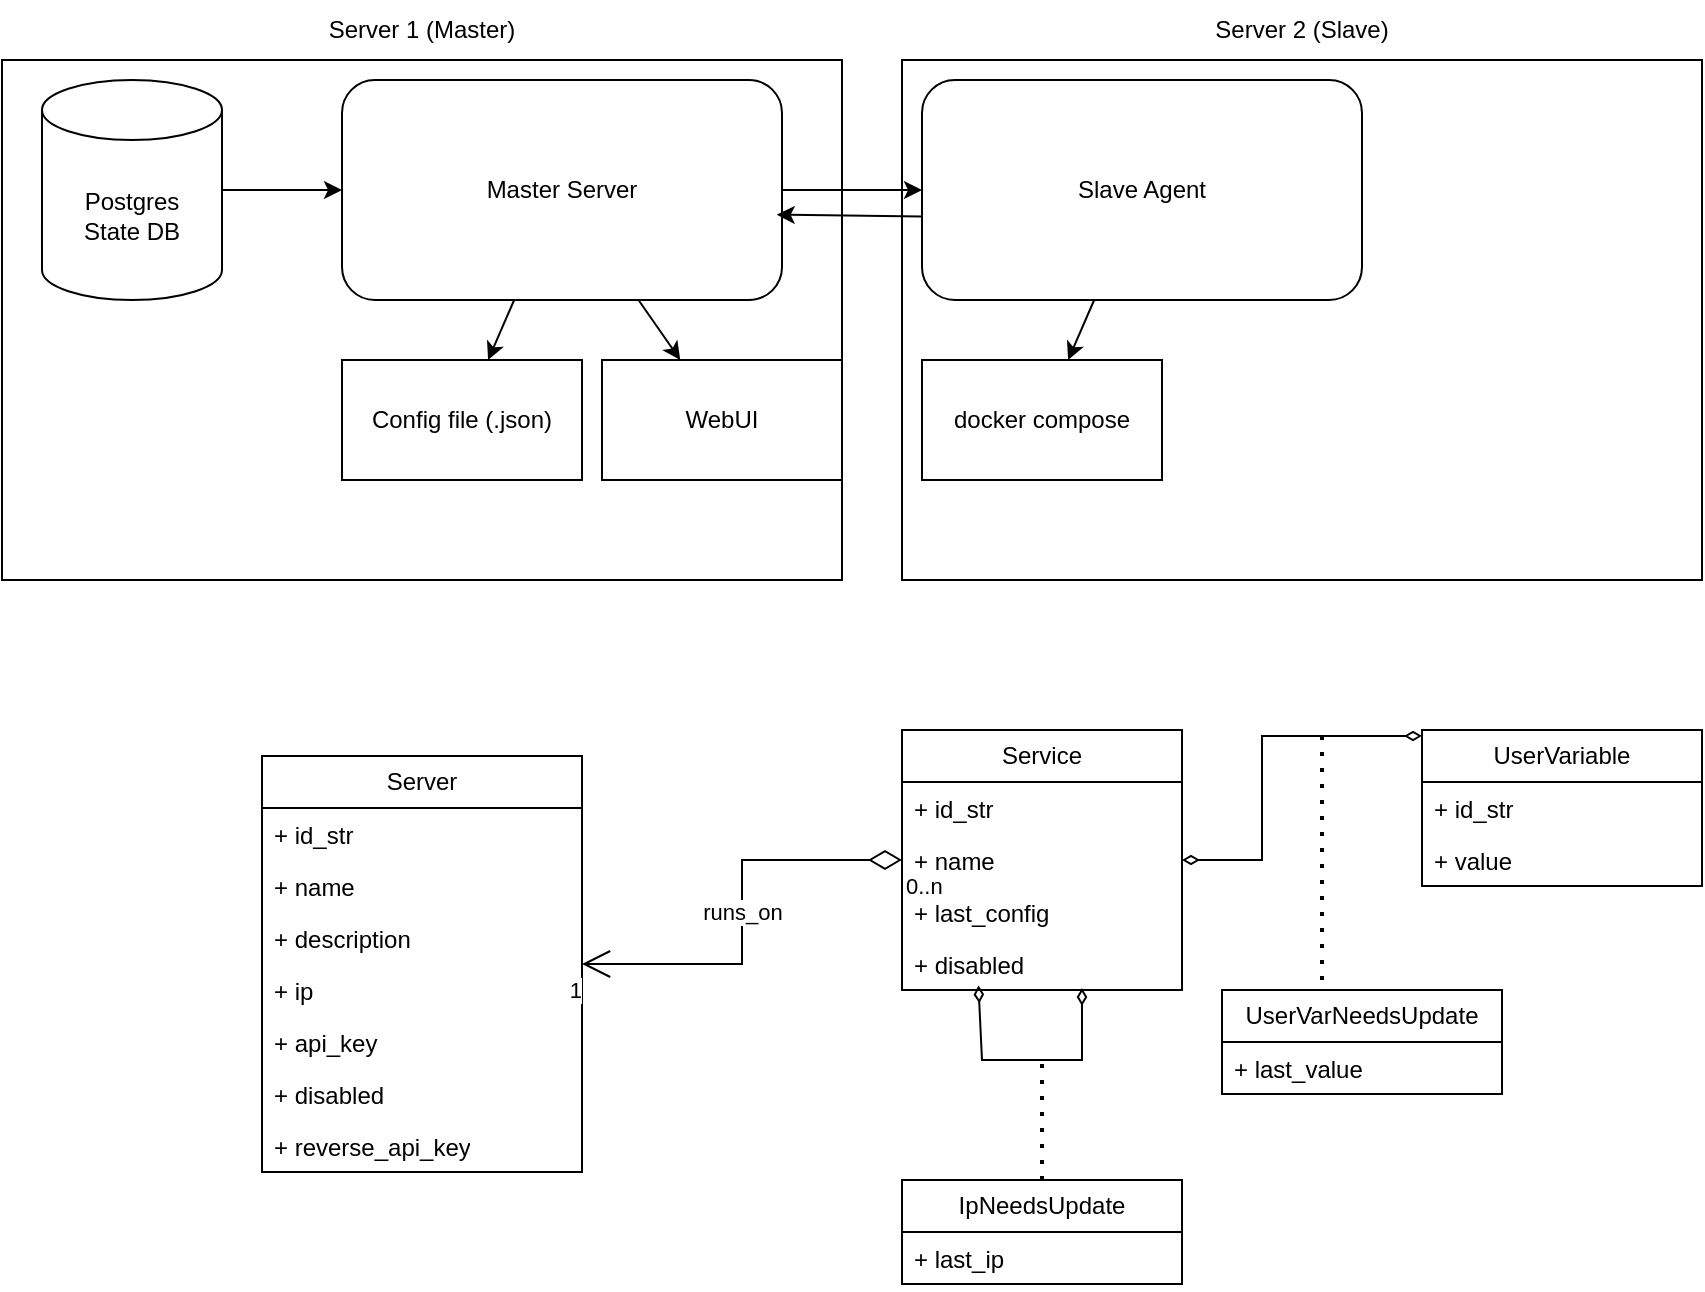
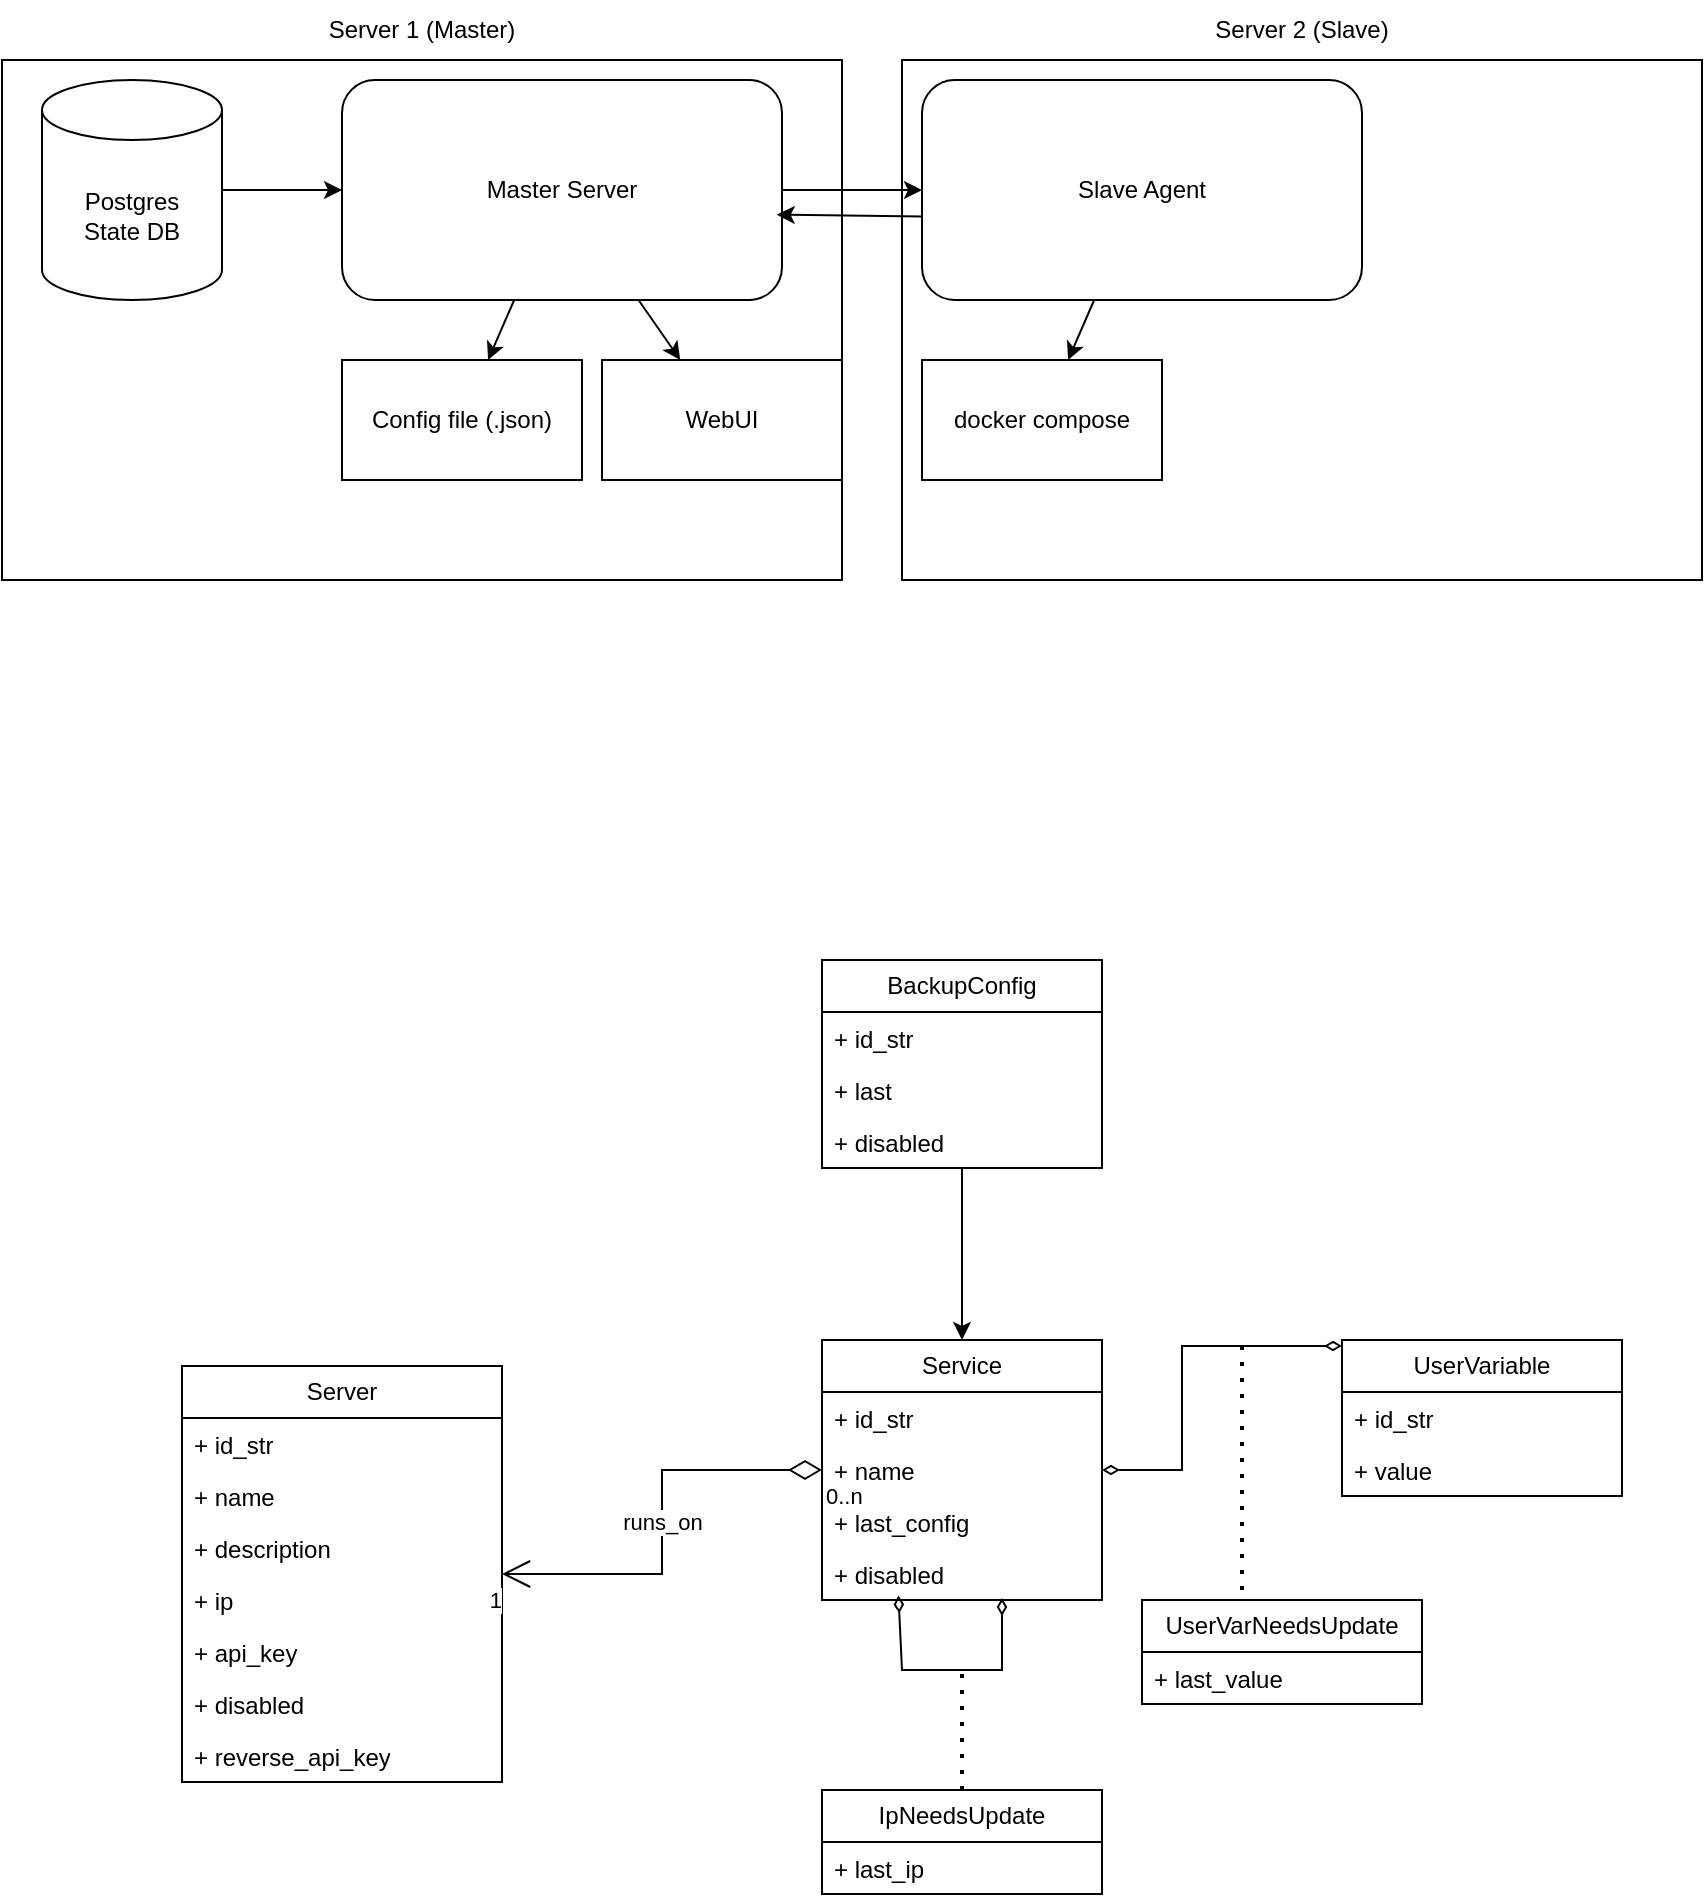
<mxfile host="Electron">
  <diagram name="Page-1" id="u04dbDLROSChQwQIIN78">
-     <mxGraphModel dx="1107" dy="662" grid="1" gridSize="10" guides="1" tooltips="1" connect="1" arrows="1" fold="1" page="1" pageScale="1" pageWidth="850" pageHeight="1100" math="0" shadow="0">
+     <mxGraphModel dx="1384" dy="828" grid="1" gridSize="10" guides="1" tooltips="1" connect="1" arrows="1" fold="1" page="1" pageScale="1" pageWidth="850" pageHeight="1100" math="0" shadow="0">
      <root>
        <mxCell id="0" />
        <mxCell id="1" parent="0" />
        <mxCell id="9iV64V9ao0oustIcTG5U-1" parent="1" style="rounded=0;whiteSpace=wrap;html=1;" value="" vertex="1">
          <mxGeometry height="260" width="420" y="160" as="geometry" />
        </mxCell>
        <mxCell id="7rpz_S_4JCBHVgRM38Kg-1" parent="1" style="shape=cylinder3;whiteSpace=wrap;html=1;boundedLbl=1;backgroundOutline=1;size=15;" value="Postgres&lt;div&gt;State DB&lt;/div&gt;" vertex="1">
          <mxGeometry height="110" width="90" x="20" y="170" as="geometry" />
        </mxCell>
        <mxCell id="9iV64V9ao0oustIcTG5U-2" parent="1" style="text;html=1;whiteSpace=wrap;strokeColor=none;fillColor=none;align=center;verticalAlign=middle;rounded=0;" value="Server 1 (Master)" vertex="1">
          <mxGeometry height="30" width="420" y="130" as="geometry" />
        </mxCell>
        <mxCell id="9iV64V9ao0oustIcTG5U-3" edge="1" parent="1" source="9iV64V9ao0oustIcTG5U-4" style="endArrow=classic;html=1;rounded=0;" value="">
          <mxGeometry height="50" relative="1" width="50" as="geometry">
            <mxPoint x="140" y="240" as="sourcePoint" />
            <mxPoint x="219" y="226" as="targetPoint" />
          </mxGeometry>
        </mxCell>
        <mxCell id="9iV64V9ao0oustIcTG5U-5" edge="1" parent="1" source="7rpz_S_4JCBHVgRM38Kg-1" style="endArrow=classic;html=1;rounded=0;" target="9iV64V9ao0oustIcTG5U-4" value="">
          <mxGeometry height="50" relative="1" width="50" as="geometry">
            <mxPoint x="110" y="225" as="sourcePoint" />
            <mxPoint x="219" y="226" as="targetPoint" />
          </mxGeometry>
        </mxCell>
        <mxCell id="9iV64V9ao0oustIcTG5U-4" parent="1" style="rounded=1;whiteSpace=wrap;html=1;" value="Master Server" vertex="1">
          <mxGeometry height="110" width="220" x="170" y="170" as="geometry" />
        </mxCell>
        <mxCell id="9iV64V9ao0oustIcTG5U-8" parent="1" style="rounded=0;whiteSpace=wrap;html=1;" value="Config file (.json)" vertex="1">
          <mxGeometry height="60" width="120" x="170" y="310" as="geometry" />
        </mxCell>
        <mxCell id="9iV64V9ao0oustIcTG5U-9" edge="1" parent="1" source="9iV64V9ao0oustIcTG5U-4" style="endArrow=classic;html=1;rounded=0;" target="9iV64V9ao0oustIcTG5U-8" value="">
          <mxGeometry height="50" relative="1" width="50" as="geometry">
            <mxPoint x="230" y="240" as="sourcePoint" />
            <mxPoint x="280" y="190" as="targetPoint" />
          </mxGeometry>
        </mxCell>
        <mxCell id="9iV64V9ao0oustIcTG5U-10" parent="1" style="rounded=0;whiteSpace=wrap;html=1;" value="WebUI" vertex="1">
          <mxGeometry height="60" width="120" x="300" y="310" as="geometry" />
        </mxCell>
        <mxCell id="9iV64V9ao0oustIcTG5U-11" edge="1" parent="1" source="9iV64V9ao0oustIcTG5U-4" style="endArrow=classic;html=1;rounded=0;" target="9iV64V9ao0oustIcTG5U-10" value="">
          <mxGeometry height="50" relative="1" width="50" as="geometry">
            <mxPoint x="253" y="290" as="sourcePoint" />
            <mxPoint x="240" y="320" as="targetPoint" />
          </mxGeometry>
        </mxCell>
        <mxCell id="9iV64V9ao0oustIcTG5U-15" parent="1" style="swimlane;fontStyle=0;childLayout=stackLayout;horizontal=1;startSize=26;fillColor=none;horizontalStack=0;resizeParent=1;resizeParentMax=0;resizeLast=0;collapsible=1;marginBottom=0;whiteSpace=wrap;html=1;" value="Server" vertex="1">
-           <mxGeometry height="208" width="160" x="130" y="508" as="geometry" />
+           <mxGeometry height="208" width="160" x="90" y="813" as="geometry" />
        </mxCell>
        <mxCell id="9iV64V9ao0oustIcTG5U-16" parent="9iV64V9ao0oustIcTG5U-15" style="text;strokeColor=none;fillColor=none;align=left;verticalAlign=top;spacingLeft=4;spacingRight=4;overflow=hidden;rotatable=0;points=[[0,0.5],[1,0.5]];portConstraint=eastwest;whiteSpace=wrap;html=1;" value="+ id_str" vertex="1">
          <mxGeometry height="26" width="160" y="26" as="geometry" />
        </mxCell>
        <mxCell id="QAZGeB9ZXG2ebW3zgeek-1" parent="9iV64V9ao0oustIcTG5U-15" style="text;strokeColor=none;fillColor=none;align=left;verticalAlign=top;spacingLeft=4;spacingRight=4;overflow=hidden;rotatable=0;points=[[0,0.5],[1,0.5]];portConstraint=eastwest;whiteSpace=wrap;html=1;" value="+ name" vertex="1">
          <mxGeometry height="26" width="160" y="52" as="geometry" />
        </mxCell>
        <mxCell id="9iV64V9ao0oustIcTG5U-17" parent="9iV64V9ao0oustIcTG5U-15" style="text;strokeColor=none;fillColor=none;align=left;verticalAlign=top;spacingLeft=4;spacingRight=4;overflow=hidden;rotatable=0;points=[[0,0.5],[1,0.5]];portConstraint=eastwest;whiteSpace=wrap;html=1;" value="+ description" vertex="1">
          <mxGeometry height="26" width="160" y="78" as="geometry" />
        </mxCell>
        <mxCell id="9iV64V9ao0oustIcTG5U-48" parent="9iV64V9ao0oustIcTG5U-15" style="text;strokeColor=none;fillColor=none;align=left;verticalAlign=top;spacingLeft=4;spacingRight=4;overflow=hidden;rotatable=0;points=[[0,0.5],[1,0.5]];portConstraint=eastwest;whiteSpace=wrap;html=1;" value="+ ip" vertex="1">
          <mxGeometry height="26" width="160" y="104" as="geometry" />
        </mxCell>
        <mxCell id="zuQy0vujCF-uNrh0Xsyj-1" parent="9iV64V9ao0oustIcTG5U-15" style="text;strokeColor=none;fillColor=none;align=left;verticalAlign=top;spacingLeft=4;spacingRight=4;overflow=hidden;rotatable=0;points=[[0,0.5],[1,0.5]];portConstraint=eastwest;whiteSpace=wrap;html=1;" value="+ api_key" vertex="1">
          <mxGeometry height="26" width="160" y="130" as="geometry" />
        </mxCell>
        <mxCell id="6e563NBslNJ0M3qvIwMc-1" parent="9iV64V9ao0oustIcTG5U-15" style="text;strokeColor=none;fillColor=none;align=left;verticalAlign=top;spacingLeft=4;spacingRight=4;overflow=hidden;rotatable=0;points=[[0,0.5],[1,0.5]];portConstraint=eastwest;whiteSpace=wrap;html=1;" value="+ disabled" vertex="1">
          <mxGeometry height="26" width="160" y="156" as="geometry" />
        </mxCell>
        <mxCell id="SyAdjNH1BNpWEoZhD5zh-42" parent="9iV64V9ao0oustIcTG5U-15" style="text;strokeColor=none;fillColor=none;align=left;verticalAlign=top;spacingLeft=4;spacingRight=4;overflow=hidden;rotatable=0;points=[[0,0.5],[1,0.5]];portConstraint=eastwest;whiteSpace=wrap;html=1;" value="+ reverse_api_key" vertex="1">
          <mxGeometry height="26" width="160" y="182" as="geometry" />
        </mxCell>
        <mxCell id="9iV64V9ao0oustIcTG5U-19" parent="1" style="swimlane;fontStyle=0;childLayout=stackLayout;horizontal=1;startSize=26;fillColor=none;horizontalStack=0;resizeParent=1;resizeParentMax=0;resizeLast=0;collapsible=1;marginBottom=0;whiteSpace=wrap;html=1;" value="Service" vertex="1">
-           <mxGeometry height="130" width="140" x="450" y="495" as="geometry" />
+           <mxGeometry height="130" width="140" x="410" y="800" as="geometry" />
        </mxCell>
        <mxCell id="9iV64V9ao0oustIcTG5U-20" parent="9iV64V9ao0oustIcTG5U-19" style="text;strokeColor=none;fillColor=none;align=left;verticalAlign=top;spacingLeft=4;spacingRight=4;overflow=hidden;rotatable=0;points=[[0,0.5],[1,0.5]];portConstraint=eastwest;whiteSpace=wrap;html=1;" value="+ id_str" vertex="1">
          <mxGeometry height="26" width="140" y="26" as="geometry" />
        </mxCell>
        <mxCell id="9iV64V9ao0oustIcTG5U-23" parent="9iV64V9ao0oustIcTG5U-19" style="text;strokeColor=none;fillColor=none;align=left;verticalAlign=top;spacingLeft=4;spacingRight=4;overflow=hidden;rotatable=0;points=[[0,0.5],[1,0.5]];portConstraint=eastwest;whiteSpace=wrap;html=1;" value="+ name" vertex="1">
          <mxGeometry height="26" width="140" y="52" as="geometry" />
        </mxCell>
        <mxCell id="9iV64V9ao0oustIcTG5U-21" parent="9iV64V9ao0oustIcTG5U-19" style="text;strokeColor=none;fillColor=none;align=left;verticalAlign=top;spacingLeft=4;spacingRight=4;overflow=hidden;rotatable=0;points=[[0,0.5],[1,0.5]];portConstraint=eastwest;whiteSpace=wrap;html=1;" value="+ last_config" vertex="1">
          <mxGeometry height="26" width="140" y="78" as="geometry" />
        </mxCell>
        <mxCell id="6m8BK-Do53RptJvPzUIa-1" parent="9iV64V9ao0oustIcTG5U-19" style="text;strokeColor=none;fillColor=none;align=left;verticalAlign=top;spacingLeft=4;spacingRight=4;overflow=hidden;rotatable=0;points=[[0,0.5],[1,0.5]];portConstraint=eastwest;whiteSpace=wrap;html=1;" value="+ disabled" vertex="1">
          <mxGeometry height="26" width="140" y="104" as="geometry" />
        </mxCell>
        <mxCell id="G8093VhMWsRlcPeueSHj-9" edge="1" parent="9iV64V9ao0oustIcTG5U-19" style="endArrow=diamondThin;html=1;rounded=0;entryX=0.273;entryY=0.912;entryDx=0;entryDy=0;entryPerimeter=0;startArrow=diamondThin;startFill=0;endFill=0;" target="6m8BK-Do53RptJvPzUIa-1" value=" ">
          <mxGeometry height="50" relative="1" width="50" as="geometry">
            <Array as="points">
              <mxPoint x="90" y="165" />
              <mxPoint x="40" y="165" />
            </Array>
            <mxPoint x="90" y="129" as="sourcePoint" />
            <mxPoint x="50" y="165" as="targetPoint" />
          </mxGeometry>
        </mxCell>
        <mxCell id="9iV64V9ao0oustIcTG5U-33" parent="1" style="swimlane;fontStyle=0;childLayout=stackLayout;horizontal=1;startSize=26;fillColor=none;horizontalStack=0;resizeParent=1;resizeParentMax=0;resizeLast=0;collapsible=1;marginBottom=0;whiteSpace=wrap;html=1;" value="UserVariable" vertex="1">
-           <mxGeometry height="78" width="140" x="710" y="495" as="geometry" />
+           <mxGeometry height="78" width="140" x="670" y="800" as="geometry" />
        </mxCell>
        <mxCell id="9iV64V9ao0oustIcTG5U-34" parent="9iV64V9ao0oustIcTG5U-33" style="text;strokeColor=none;fillColor=none;align=left;verticalAlign=top;spacingLeft=4;spacingRight=4;overflow=hidden;rotatable=0;points=[[0,0.5],[1,0.5]];portConstraint=eastwest;whiteSpace=wrap;html=1;" value="+ id_str" vertex="1">
          <mxGeometry height="26" width="140" y="26" as="geometry" />
        </mxCell>
        <mxCell id="9iV64V9ao0oustIcTG5U-35" parent="9iV64V9ao0oustIcTG5U-33" style="text;strokeColor=none;fillColor=none;align=left;verticalAlign=top;spacingLeft=4;spacingRight=4;overflow=hidden;rotatable=0;points=[[0,0.5],[1,0.5]];portConstraint=eastwest;whiteSpace=wrap;html=1;" value="+ value" vertex="1">
          <mxGeometry height="26" width="140" y="52" as="geometry" />
        </mxCell>
        <mxCell id="9iV64V9ao0oustIcTG5U-37" edge="1" parent="1" source="9iV64V9ao0oustIcTG5U-19" style="endArrow=open;html=1;endSize=12;startArrow=diamondThin;startSize=14;startFill=0;edgeStyle=orthogonalEdgeStyle;rounded=0;" target="9iV64V9ao0oustIcTG5U-15" value="runs_on">
          <mxGeometry relative="1" as="geometry">
-             <mxPoint x="300" y="670" as="sourcePoint" />
-             <mxPoint x="460" y="670" as="targetPoint" />
+             <mxPoint x="260" y="975" as="sourcePoint" />
+             <mxPoint x="420" y="975" as="targetPoint" />
          </mxGeometry>
        </mxCell>
        <mxCell id="9iV64V9ao0oustIcTG5U-38" connectable="0" parent="9iV64V9ao0oustIcTG5U-37" style="edgeLabel;resizable=0;html=1;align=left;verticalAlign=top;" value="0..n" vertex="1">
          <mxGeometry relative="1" x="-1" as="geometry" />
        </mxCell>
        <mxCell id="9iV64V9ao0oustIcTG5U-39" connectable="0" parent="9iV64V9ao0oustIcTG5U-37" style="edgeLabel;resizable=0;html=1;align=right;verticalAlign=top;" value="1" vertex="1">
          <mxGeometry relative="1" x="1" as="geometry" />
        </mxCell>
        <mxCell id="9iV64V9ao0oustIcTG5U-40" parent="1" style="rounded=0;whiteSpace=wrap;html=1;" value="" vertex="1">
          <mxGeometry height="260" width="400" x="450" y="160" as="geometry" />
        </mxCell>
        <mxCell id="9iV64V9ao0oustIcTG5U-41" parent="1" style="text;html=1;whiteSpace=wrap;strokeColor=none;fillColor=none;align=center;verticalAlign=middle;rounded=0;" value="Server 2 (Slave)" vertex="1">
          <mxGeometry height="30" width="400" x="450" y="130" as="geometry" />
        </mxCell>
        <mxCell id="9iV64V9ao0oustIcTG5U-42" parent="1" style="rounded=1;whiteSpace=wrap;html=1;" value="Slave Agent" vertex="1">
          <mxGeometry height="110" width="220" x="460" y="170" as="geometry" />
        </mxCell>
        <mxCell id="9iV64V9ao0oustIcTG5U-43" edge="1" parent="1" source="9iV64V9ao0oustIcTG5U-4" style="endArrow=classic;html=1;rounded=0;" target="9iV64V9ao0oustIcTG5U-42" value="">
          <mxGeometry height="50" relative="1" width="50" as="geometry">
            <mxPoint x="330" y="290" as="sourcePoint" />
            <mxPoint x="351" y="320" as="targetPoint" />
          </mxGeometry>
        </mxCell>
        <mxCell id="9iV64V9ao0oustIcTG5U-44" edge="1" parent="1" source="9iV64V9ao0oustIcTG5U-42" style="endArrow=classic;html=1;rounded=0;entryX=0.988;entryY=0.612;entryDx=0;entryDy=0;entryPerimeter=0;exitX=-0.001;exitY=0.621;exitDx=0;exitDy=0;exitPerimeter=0;" target="9iV64V9ao0oustIcTG5U-4" value="">
          <mxGeometry height="50" relative="1" width="50" as="geometry">
            <mxPoint x="410" y="220" as="sourcePoint" />
            <mxPoint x="480" y="220" as="targetPoint" />
          </mxGeometry>
        </mxCell>
        <mxCell id="9iV64V9ao0oustIcTG5U-45" parent="1" style="rounded=0;whiteSpace=wrap;html=1;" value="docker compose" vertex="1">
          <mxGeometry height="60" width="120" x="460" y="310" as="geometry" />
        </mxCell>
        <mxCell id="9iV64V9ao0oustIcTG5U-47" edge="1" parent="1" source="9iV64V9ao0oustIcTG5U-42" style="endArrow=classic;html=1;rounded=0;" target="9iV64V9ao0oustIcTG5U-45" value="">
          <mxGeometry height="50" relative="1" width="50" as="geometry">
            <mxPoint x="330" y="300" as="sourcePoint" />
            <mxPoint x="351" y="330" as="targetPoint" />
          </mxGeometry>
        </mxCell>
        <mxCell id="G8093VhMWsRlcPeueSHj-1" parent="1" style="swimlane;fontStyle=0;childLayout=stackLayout;horizontal=1;startSize=26;fillColor=none;horizontalStack=0;resizeParent=1;resizeParentMax=0;resizeLast=0;collapsible=1;marginBottom=0;whiteSpace=wrap;html=1;" value="Ip&lt;span style=&quot;background-color: transparent; color: light-dark(rgb(0, 0, 0), rgb(255, 255, 255));&quot;&gt;NeedsUpdate&lt;/span&gt;" vertex="1">
-           <mxGeometry height="52" width="140" x="450" y="720" as="geometry" />
+           <mxGeometry height="52" width="140" x="410" y="1025" as="geometry" />
        </mxCell>
        <mxCell id="G8093VhMWsRlcPeueSHj-4" parent="G8093VhMWsRlcPeueSHj-1" style="text;strokeColor=none;fillColor=none;align=left;verticalAlign=top;spacingLeft=4;spacingRight=4;overflow=hidden;rotatable=0;points=[[0,0.5],[1,0.5]];portConstraint=eastwest;whiteSpace=wrap;html=1;" value="+ last_ip" vertex="1">
          <mxGeometry height="26" width="140" y="26" as="geometry" />
        </mxCell>
        <mxCell id="G8093VhMWsRlcPeueSHj-11" edge="1" parent="1" source="G8093VhMWsRlcPeueSHj-1" style="endArrow=none;dashed=1;html=1;dashPattern=1 3;strokeWidth=2;rounded=0;exitX=0.5;exitY=0;exitDx=0;exitDy=0;" value="">
          <mxGeometry height="50" relative="1" width="50" as="geometry">
-             <mxPoint x="470" y="710" as="sourcePoint" />
-             <mxPoint x="520" y="660" as="targetPoint" />
+             <mxPoint x="430" y="1015" as="sourcePoint" />
+             <mxPoint x="480" y="965" as="targetPoint" />
          </mxGeometry>
        </mxCell>
        <mxCell id="hCY608AhxY1pZqDdW0uS-4" edge="1" parent="1" source="9iV64V9ao0oustIcTG5U-33" style="edgeStyle=orthogonalEdgeStyle;rounded=0;orthogonalLoop=1;jettySize=auto;html=1;startArrow=diamondThin;startFill=0;endArrow=diamondThin;endFill=0;" target="9iV64V9ao0oustIcTG5U-19">
          <mxGeometry relative="1" as="geometry">
            <Array as="points">
-               <mxPoint x="630" y="498" />
-               <mxPoint x="630" y="560" />
+               <mxPoint x="590" y="803" />
+               <mxPoint x="590" y="865" />
            </Array>
          </mxGeometry>
        </mxCell>
        <mxCell id="hCY608AhxY1pZqDdW0uS-1" parent="1" style="swimlane;fontStyle=0;childLayout=stackLayout;horizontal=1;startSize=26;fillColor=none;horizontalStack=0;resizeParent=1;resizeParentMax=0;resizeLast=0;collapsible=1;marginBottom=0;whiteSpace=wrap;html=1;" value="&lt;span style=&quot;background-color: transparent; color: light-dark(rgb(0, 0, 0), rgb(255, 255, 255));&quot;&gt;UserVarNeedsUpdate&lt;/span&gt;" vertex="1">
-           <mxGeometry height="52" width="140" x="610" y="625" as="geometry" />
+           <mxGeometry height="52" width="140" x="570" y="930" as="geometry" />
        </mxCell>
        <mxCell id="hCY608AhxY1pZqDdW0uS-2" parent="hCY608AhxY1pZqDdW0uS-1" style="text;strokeColor=none;fillColor=none;align=left;verticalAlign=top;spacingLeft=4;spacingRight=4;overflow=hidden;rotatable=0;points=[[0,0.5],[1,0.5]];portConstraint=eastwest;whiteSpace=wrap;html=1;" value="+ last_value" vertex="1">
          <mxGeometry height="26" width="140" y="26" as="geometry" />
        </mxCell>
        <mxCell id="hCY608AhxY1pZqDdW0uS-7" edge="1" parent="1" style="endArrow=none;dashed=1;html=1;dashPattern=1 3;strokeWidth=2;rounded=0;" value="">
          <mxGeometry height="50" relative="1" width="50" as="geometry">
-             <mxPoint x="660" y="620" as="sourcePoint" />
-             <mxPoint x="660" y="495" as="targetPoint" />
+             <mxPoint x="620" y="925" as="sourcePoint" />
+             <mxPoint x="620" y="800" as="targetPoint" />
          </mxGeometry>
+         </mxCell>
+         <mxCell id="nUF84VLDERHVkbx3kqEc-5" edge="1" parent="1" source="nUF84VLDERHVkbx3kqEc-1" style="edgeStyle=orthogonalEdgeStyle;rounded=0;orthogonalLoop=1;jettySize=auto;html=1;" target="9iV64V9ao0oustIcTG5U-19">
+           <mxGeometry relative="1" as="geometry" />
+         </mxCell>
+         <mxCell id="nUF84VLDERHVkbx3kqEc-1" parent="1" style="swimlane;fontStyle=0;childLayout=stackLayout;horizontal=1;startSize=26;fillColor=none;horizontalStack=0;resizeParent=1;resizeParentMax=0;resizeLast=0;collapsible=1;marginBottom=0;whiteSpace=wrap;html=1;" value="BackupConfig" vertex="1">
+           <mxGeometry height="104" width="140" x="410" y="610" as="geometry" />
+         </mxCell>
+         <mxCell id="nUF84VLDERHVkbx3kqEc-2" parent="nUF84VLDERHVkbx3kqEc-1" style="text;strokeColor=none;fillColor=none;align=left;verticalAlign=top;spacingLeft=4;spacingRight=4;overflow=hidden;rotatable=0;points=[[0,0.5],[1,0.5]];portConstraint=eastwest;whiteSpace=wrap;html=1;" value="+ id_str" vertex="1">
+           <mxGeometry height="26" width="140" y="26" as="geometry" />
+         </mxCell>
+         <mxCell id="nUF84VLDERHVkbx3kqEc-3" parent="nUF84VLDERHVkbx3kqEc-1" style="text;strokeColor=none;fillColor=none;align=left;verticalAlign=top;spacingLeft=4;spacingRight=4;overflow=hidden;rotatable=0;points=[[0,0.5],[1,0.5]];portConstraint=eastwest;whiteSpace=wrap;html=1;" value="+ last" vertex="1">
+           <mxGeometry height="26" width="140" y="52" as="geometry" />
+         </mxCell>
+         <mxCell id="nUF84VLDERHVkbx3kqEc-4" parent="nUF84VLDERHVkbx3kqEc-1" style="text;strokeColor=none;fillColor=none;align=left;verticalAlign=top;spacingLeft=4;spacingRight=4;overflow=hidden;rotatable=0;points=[[0,0.5],[1,0.5]];portConstraint=eastwest;whiteSpace=wrap;html=1;" value="+ disabled" vertex="1">
+           <mxGeometry height="26" width="140" y="78" as="geometry" />
        </mxCell>
      </root>
    </mxGraphModel>
  </diagram>
</mxfile>
